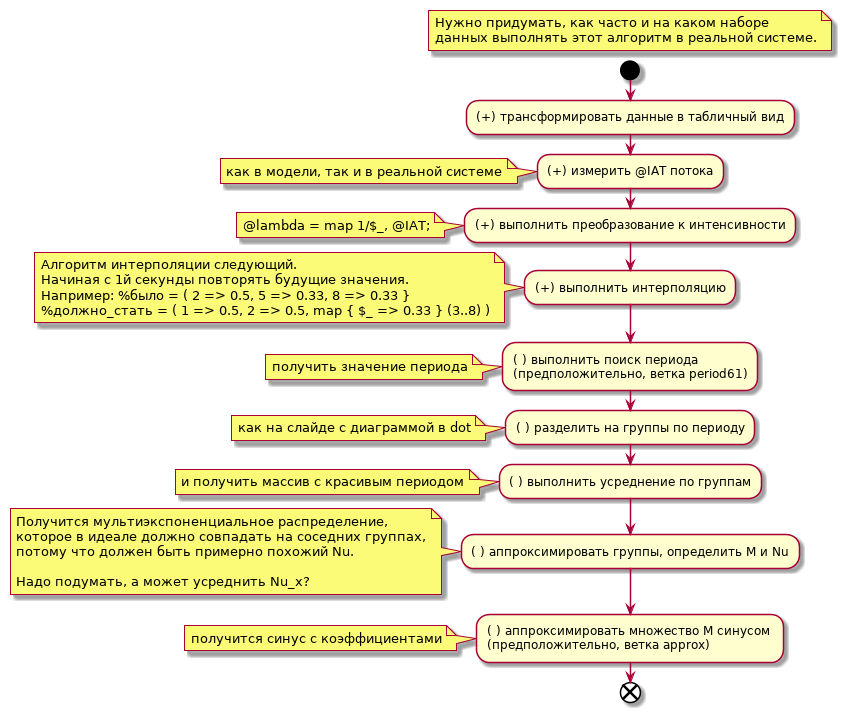
Before: arch/approx_algo.png, a diagram exported from PlantUML (zhmylove/caler).
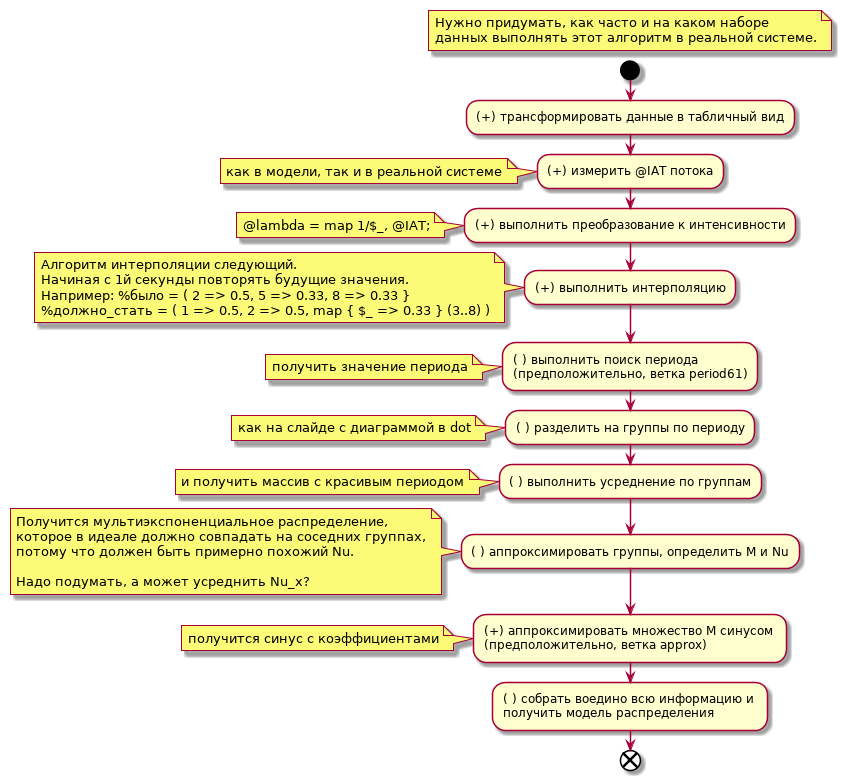
The same diagram one commit later.

Commit message:
Update algo scheme

The edit, as a diff of the source:
```diff
@@ -41,8 +41,10 @@
    Надо подумать, а может усреднить Nu_x?
 end note
 
-:( ) аппроксимировать множество M синусом \n(предположительно, ветка approx);
+:(+) аппроксимировать множество M синусом \n(предположительно, ветка approx);
 note : получится синус с коэффициентами
+
+:( ) собрать воедино всю информацию и \nполучить модель распределения;
 
 end
 @enduml
```
